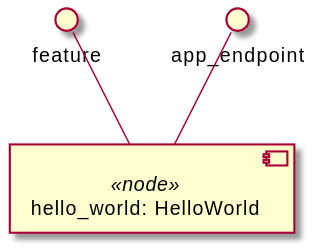
Before: examples/ariatosca/diagrams/uml2/hello-world-uml2-component-diagram2.svg, a diagram exported from PlantUML (Orange-OpenSource/Cloudnet-TOSCA-toolbox).
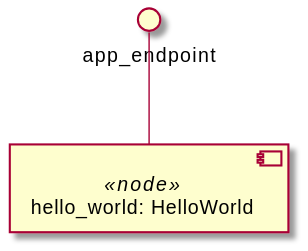
After the commit.

The edit, as a diff of the source:
```diff
@@ -5,8 +5,6 @@
 }
 
 component "hello_world: HelloWorld" <<node>> as node_hello_world
-interface "feature" as node_hello_world_feature
-node_hello_world_feature -- node_hello_world
 interface "app_endpoint" as node_hello_world_app_endpoint
 node_hello_world_app_endpoint -- node_hello_world
 
```
